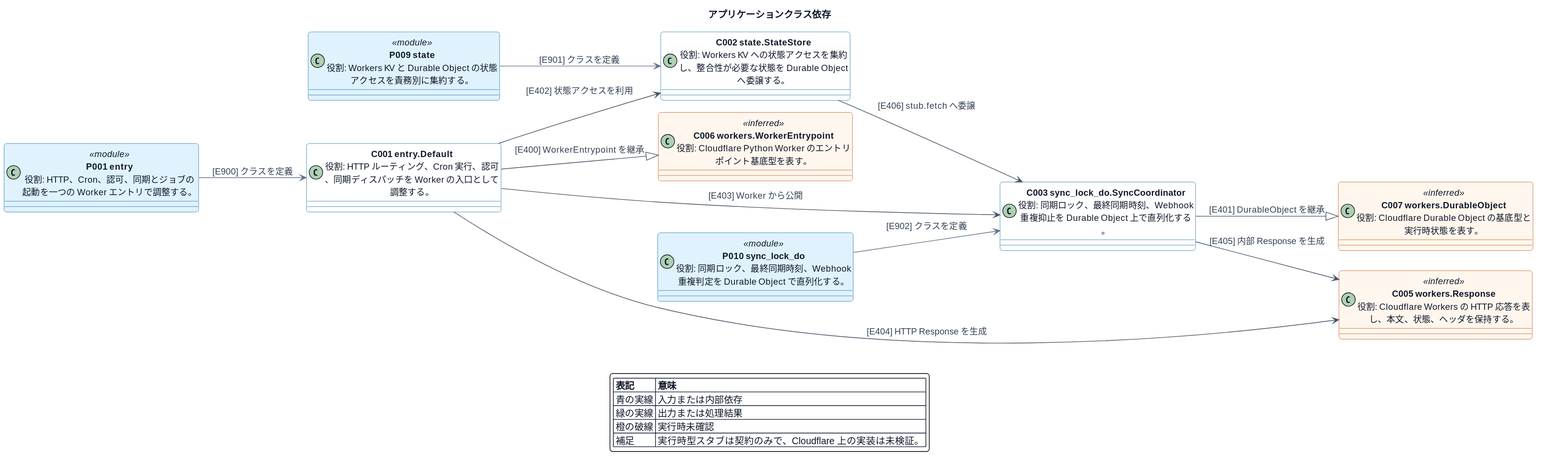
Earlier version of the PlantUML export docs/architecture/plantuml/rendered/classes/application.svg (ichipiro/IE_Event_Bot).
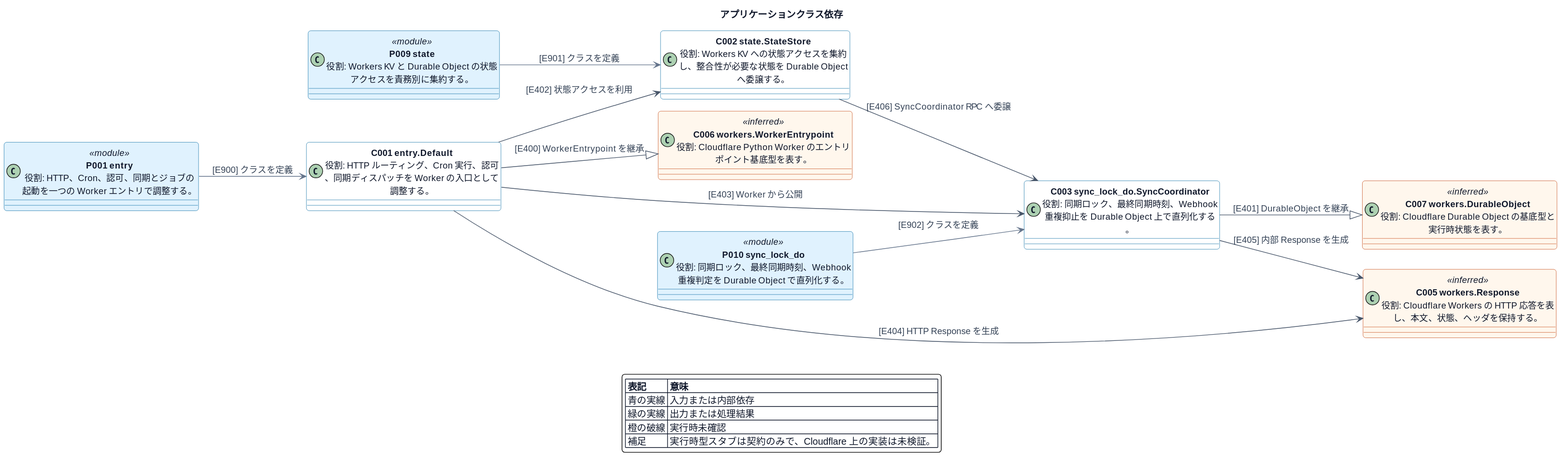
After the change.

Diff of the diagram source:
```diff
@@ -21,7 +21,7 @@
 C001 --> C003 : [E403] Worker から公開
 C001 --> C005 : [E404] HTTP Response を生成
 C003 --> C005 : [E405] 内部 Response を生成
-C002 --> C003 : [E406] stub.fetch へ委譲
+C002 --> C003 : [E406] SyncCoordinator RPC へ委譲
 legend bottom
   |= 表記 |= 意味 |
   | 青の実線 | 入力または内部依存 |
```
